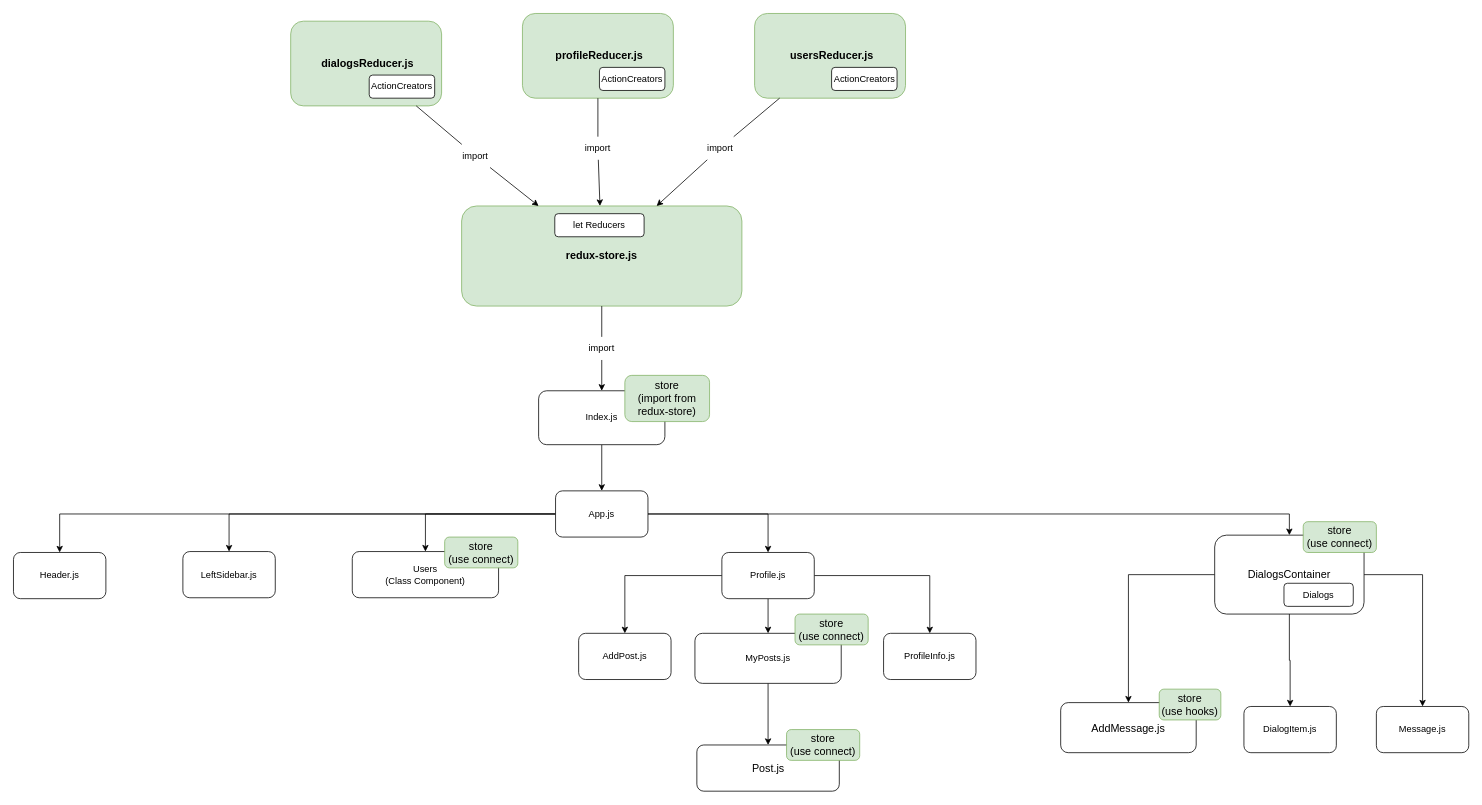
This is React-components tree.drawio from ayratkin/react-social-network, a draw.io file, before an edit. Source tidied: cells renumbered, new cells numbered last; positions are measured from the earlier drawing's top-left corner, leaving out a move shared by most shapes. Both pictures are drawn from the tidied source at 77%, with x=0, y=0 at pixel (13, 13).
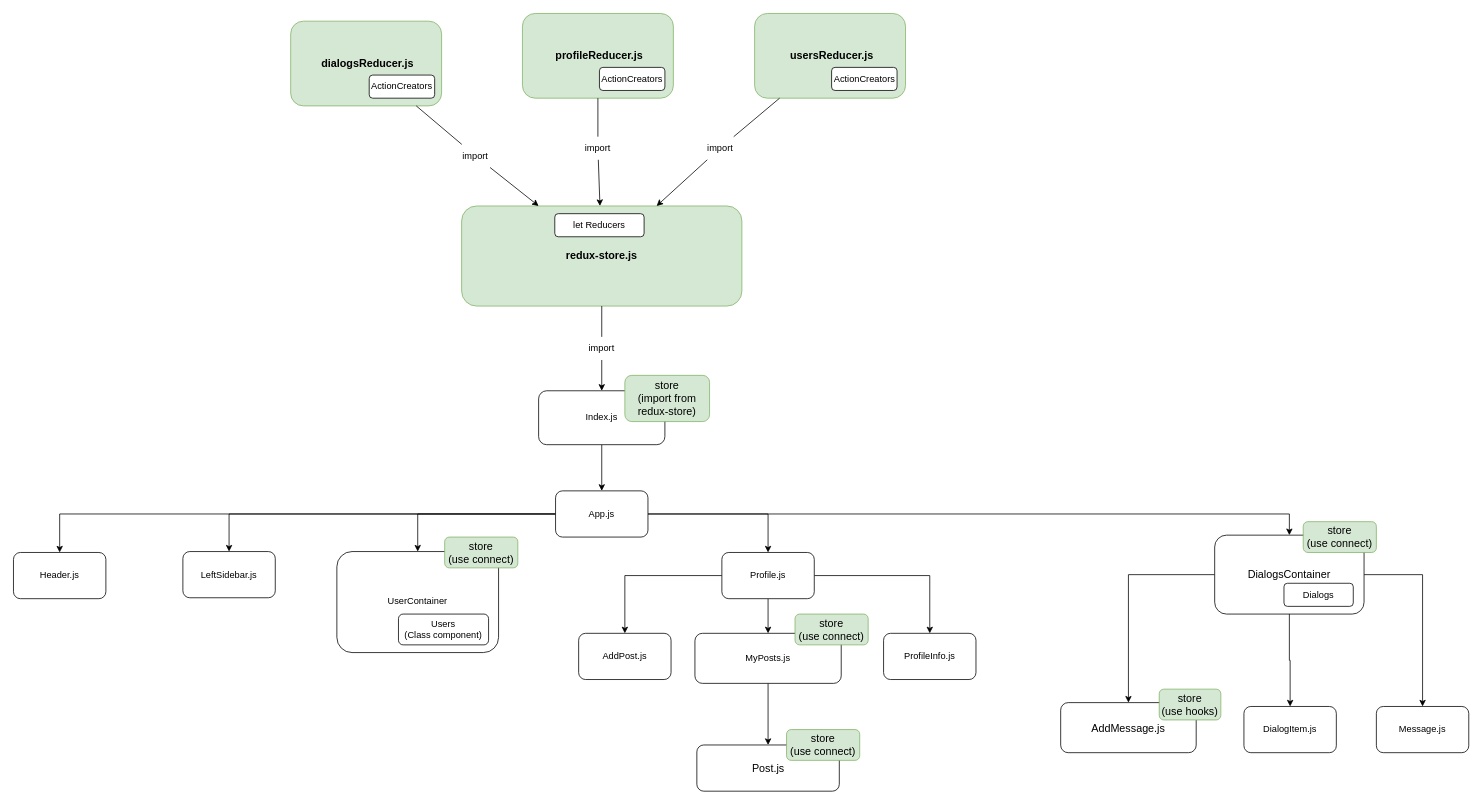
After the change.

The edit, as a diff of the source:
```diff
@@
-    <mxCell id="46" value="Users&lt;br&gt;(Class Component)" style="rounded=1;whiteSpace=wrap;html=1;" parent="1" vertex="1">
-      <mxGeometry x="440" y="698.8" width="190" height="60" as="geometry" />
+    <mxCell id="46" value="UserСontainer" style="rounded=1;whiteSpace=wrap;html=1;" parent="1" vertex="1">
+      <mxGeometry x="420" y="698.8" width="210" height="131.2" as="geometry" />
     </mxCell>
@@
+    <mxCell id="60" value="Users&lt;br&gt;(Class component)" style="rounded=1;whiteSpace=wrap;html=1;" parent="1" vertex="1">
+      <mxGeometry x="500" y="780" width="117" height="40" as="geometry" />
+    </mxCell>
```
